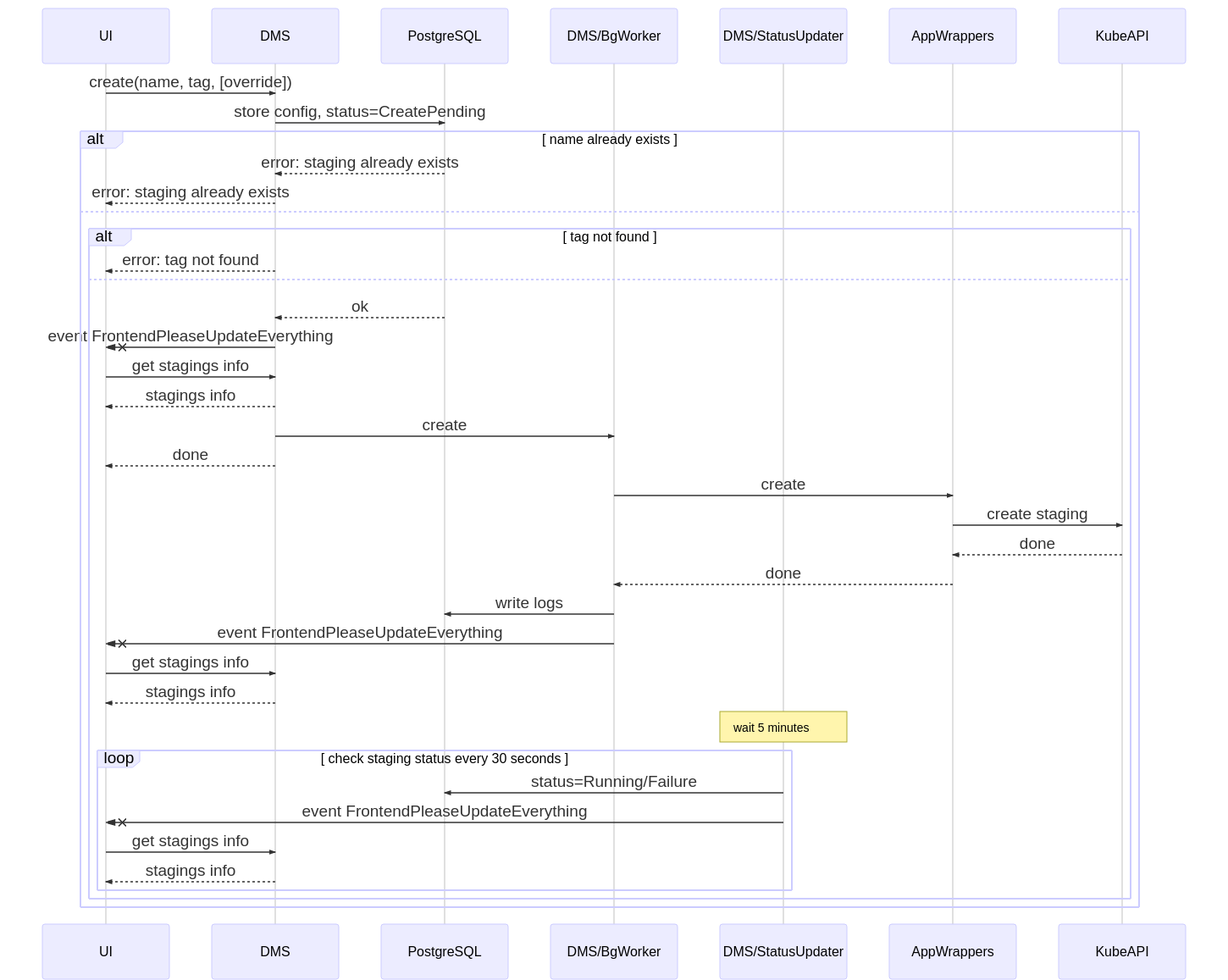
Above: docs/diagrams/images/technical-architecture-create-via-ui.png in typeable/octopod (Mermaid), before the change. Its source is kept beside it as docs/diagrams/src/technical-architecture-create-via-ui.mmd.
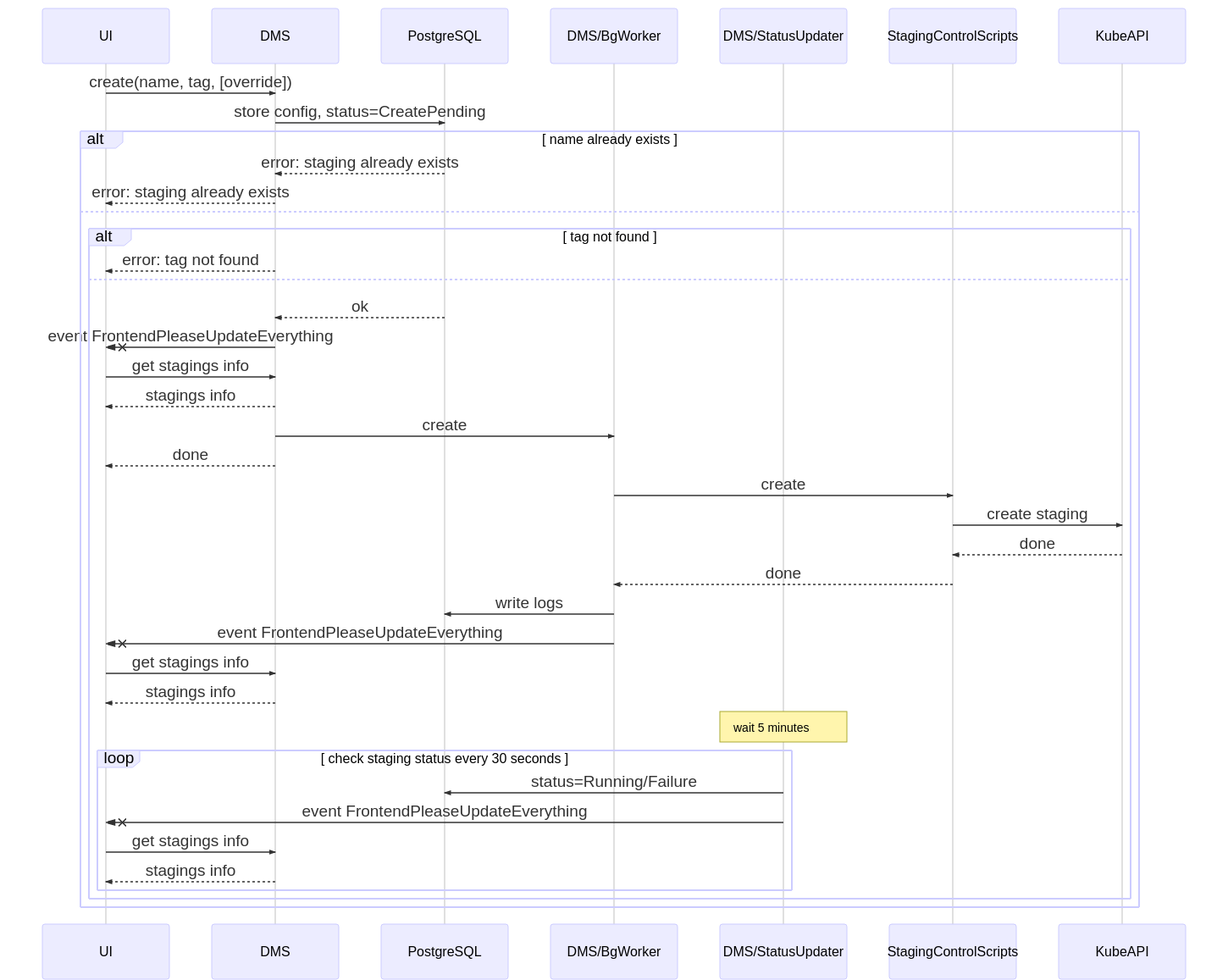
Above is the later version.

The edit, as a diff of the source:
```diff
@@ -4,7 +4,7 @@
     participant PostgreSQL
     participant DMS/BgWorker
     participant DMS/StatusUpdater
-    participant AppWrappers
+    participant StagingControlScripts
     participant KubeAPI
     UI->>DMS: create(name, tag, [override])
     DMS->>PostgreSQL: store config, status=CreatePending
@@ -21,10 +21,10 @@
             DMS-->>UI: stagings info
             DMS->>DMS/BgWorker: create
             DMS-->>UI: done
-            DMS/BgWorker->>AppWrappers: create
-            AppWrappers->>KubeAPI: create staging
-            KubeAPI-->>AppWrappers: done
-            AppWrappers-->>DMS/BgWorker: done
+            DMS/BgWorker->>StagingControlScripts: create
+            StagingControlScripts->>KubeAPI: create staging
+            KubeAPI-->>StagingControlScripts: done
+            StagingControlScripts-->>DMS/BgWorker: done
             DMS/BgWorker->>PostgreSQL: write logs
             DMS/BgWorker-xUI: event FrontendPleaseUpdateEverything
             UI->>DMS: get stagings info
```
